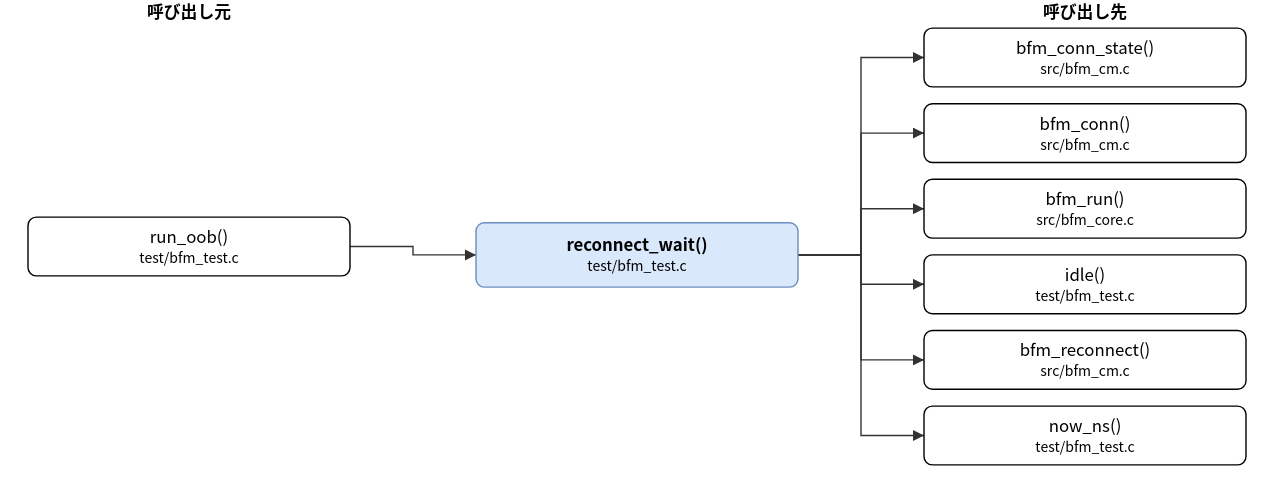
The draw.io diagram doc/spec/images/call_test_bfm_test-reconnect_wait.drawio.svg in hf355051012-ai/bfmem, before a commit. Source tidied: cells renumbered, new cells last; positions are measured from the earlier drawing's top-left corner, leaving out a move shared by most shapes. Source of this version:
```xml
<mxGraphModel>
  <root>
    <mxCell id="0" />
    <mxCell id="1" parent="0" />
    <mxCell id="2" value="reconnect_wait()&lt;br&gt;&lt;font style=&quot;font-size:10px&quot;&gt;test/bfm_test.c&lt;/font&gt;" style="rounded=1;whiteSpace=wrap;html=1;fillColor=#dae8fc;strokeColor=#6c8ebf;fontStyle=1;" parent="1" vertex="1">
      <mxGeometry x="320" y="159" width="230" height="46" as="geometry" />
    </mxCell>
    <mxCell id="3" value="run_oob()&lt;br&gt;&lt;font style=&quot;font-size:10px&quot;&gt;test/bfm_test.c&lt;/font&gt;" style="rounded=1;whiteSpace=wrap;html=1;" parent="1" vertex="1">
      <mxGeometry y="155" width="230" height="42" as="geometry" />
    </mxCell>
    <mxCell id="4" value="bfm_conn_state()&lt;br&gt;&lt;font style=&quot;font-size:10px&quot;&gt;src/bfm_cm.c&lt;/font&gt;" style="rounded=1;whiteSpace=wrap;html=1;" parent="1" vertex="1">
      <mxGeometry x="640" y="20" width="230" height="42" as="geometry" />
    </mxCell>
    <mxCell id="5" value="bfm_conn()&lt;br&gt;&lt;font style=&quot;font-size:10px&quot;&gt;src/bfm_cm.c&lt;/font&gt;" style="rounded=1;whiteSpace=wrap;html=1;" parent="1" vertex="1">
      <mxGeometry x="640" y="74" width="230" height="42" as="geometry" />
    </mxCell>
    <mxCell id="6" value="bfm_run()&lt;br&gt;&lt;font style=&quot;font-size:10px&quot;&gt;src/bfm_core.c&lt;/font&gt;" style="rounded=1;whiteSpace=wrap;html=1;" parent="1" vertex="1">
      <mxGeometry x="640" y="128" width="230" height="42" as="geometry" />
    </mxCell>
    <mxCell id="7" value="idle()&lt;br&gt;&lt;font style=&quot;font-size:10px&quot;&gt;test/bfm_test.c&lt;/font&gt;" style="rounded=1;whiteSpace=wrap;html=1;" parent="1" vertex="1">
      <mxGeometry x="640" y="182" width="230" height="42" as="geometry" />
    </mxCell>
    <mxCell id="8" value="bfm_reconnect()&lt;br&gt;&lt;font style=&quot;font-size:10px&quot;&gt;src/bfm_cm.c&lt;/font&gt;" style="rounded=1;whiteSpace=wrap;html=1;" parent="1" vertex="1">
      <mxGeometry x="640" y="236" width="230" height="42" as="geometry" />
    </mxCell>
    <mxCell id="9" value="now_ns()&lt;br&gt;&lt;font style=&quot;font-size:10px&quot;&gt;test/bfm_test.c&lt;/font&gt;" style="rounded=1;whiteSpace=wrap;html=1;" parent="1" vertex="1">
      <mxGeometry x="640" y="290" width="230" height="42" as="geometry" />
    </mxCell>
    <mxCell id="10" style="edgeStyle=none;html=1;rounded=0;endArrow=block;endFill=1;exitX=1.0000;exitY=0.5000;exitDx=0;exitDy=0;exitPerimeter=0;entryX=0.0000;entryY=0.5000;entryDx=0;entryDy=0;entryPerimeter=0;" parent="1" edge="1" source="3" target="2">
      <mxGeometry relative="1" as="geometry">
        <Array as="points">
          <mxPoint x="275" y="176" />
          <mxPoint x="275" y="182" />
        </Array>
      </mxGeometry>
    </mxCell>
    <mxCell id="11" style="edgeStyle=none;html=1;rounded=0;endArrow=block;endFill=1;exitX=1.0000;exitY=0.5000;exitDx=0;exitDy=0;exitPerimeter=0;entryX=0.0000;entryY=0.5000;entryDx=0;entryDy=0;entryPerimeter=0;" parent="1" edge="1" source="2" target="4">
      <mxGeometry relative="1" as="geometry">
        <Array as="points">
          <mxPoint x="595" y="182" />
          <mxPoint x="595" y="41" />
        </Array>
      </mxGeometry>
    </mxCell>
    <mxCell id="12" style="edgeStyle=none;html=1;rounded=0;endArrow=block;endFill=1;exitX=1.0000;exitY=0.5000;exitDx=0;exitDy=0;exitPerimeter=0;entryX=0.0000;entryY=0.5000;entryDx=0;entryDy=0;entryPerimeter=0;" parent="1" edge="1" source="2" target="5">
      <mxGeometry relative="1" as="geometry">
        <Array as="points">
          <mxPoint x="595" y="182" />
          <mxPoint x="595" y="95" />
        </Array>
      </mxGeometry>
    </mxCell>
    <mxCell id="13" style="edgeStyle=none;html=1;rounded=0;endArrow=block;endFill=1;exitX=1.0000;exitY=0.5000;exitDx=0;exitDy=0;exitPerimeter=0;entryX=0.0000;entryY=0.5000;entryDx=0;entryDy=0;entryPerimeter=0;" parent="1" edge="1" source="2" target="6">
      <mxGeometry relative="1" as="geometry">
        <Array as="points">
          <mxPoint x="595" y="182" />
          <mxPoint x="595" y="149" />
        </Array>
      </mxGeometry>
    </mxCell>
    <mxCell id="14" style="edgeStyle=none;html=1;rounded=0;endArrow=block;endFill=1;exitX=1.0000;exitY=0.5000;exitDx=0;exitDy=0;exitPerimeter=0;entryX=0.0000;entryY=0.5000;entryDx=0;entryDy=0;entryPerimeter=0;" parent="1" edge="1" source="2" target="7">
      <mxGeometry relative="1" as="geometry">
        <Array as="points">
          <mxPoint x="595" y="182" />
          <mxPoint x="595" y="203" />
        </Array>
      </mxGeometry>
    </mxCell>
    <mxCell id="15" style="edgeStyle=none;html=1;rounded=0;endArrow=block;endFill=1;exitX=1.0000;exitY=0.5000;exitDx=0;exitDy=0;exitPerimeter=0;entryX=0.0000;entryY=0.5000;entryDx=0;entryDy=0;entryPerimeter=0;" parent="1" edge="1" source="2" target="8">
      <mxGeometry relative="1" as="geometry">
        <Array as="points">
          <mxPoint x="595" y="182" />
          <mxPoint x="595" y="257" />
        </Array>
      </mxGeometry>
    </mxCell>
    <mxCell id="16" style="edgeStyle=none;html=1;rounded=0;endArrow=block;endFill=1;exitX=1.0000;exitY=0.5000;exitDx=0;exitDy=0;exitPerimeter=0;entryX=0.0000;entryY=0.5000;entryDx=0;entryDy=0;entryPerimeter=0;" parent="1" edge="1" source="2" target="9">
      <mxGeometry relative="1" as="geometry">
        <Array as="points">
          <mxPoint x="595" y="182" />
          <mxPoint x="595" y="311" />
        </Array>
      </mxGeometry>
    </mxCell>
    <mxCell id="17" value="呼び出し元" style="text;html=1;align=center;fontStyle=1;" parent="1" vertex="1">
      <mxGeometry x="35" width="160" height="18" as="geometry" />
    </mxCell>
    <mxCell id="18" value="呼び出し先" style="text;html=1;align=center;fontStyle=1;" parent="1" vertex="1">
      <mxGeometry x="675" width="160" height="18" as="geometry" />
    </mxCell>
  </root>
</mxGraphModel>
```
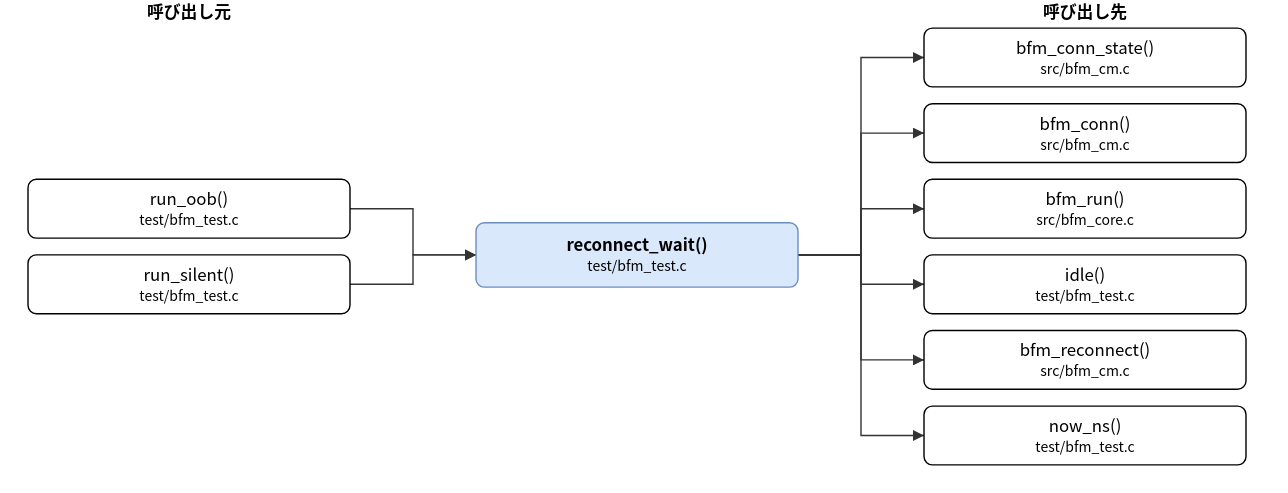
Above is the later version.

Diff of the diagram source:
```diff
@@ -6,8 +6,11 @@
       <mxGeometry x="320" y="159" width="230" height="46" as="geometry" />
     </mxCell>
     <mxCell id="3" value="run_oob()&lt;br&gt;&lt;font style=&quot;font-size:10px&quot;&gt;test/bfm_test.c&lt;/font&gt;" style="rounded=1;whiteSpace=wrap;html=1;" parent="1" vertex="1">
-      <mxGeometry y="155" width="230" height="42" as="geometry" />
+      <mxGeometry y="128" width="230" height="42" as="geometry" />
     </mxCell>
+    <mxCell id="19" value="run_silent()&lt;br&gt;&lt;font style=&quot;font-size:10px&quot;&gt;test/bfm_test.c&lt;/font&gt;" style="rounded=1;whiteSpace=wrap;html=1;" parent="1" vertex="1">
+      <mxGeometry y="182" width="230" height="42" as="geometry" />
+    </mxCell>
     <mxCell id="4" value="bfm_conn_state()&lt;br&gt;&lt;font style=&quot;font-size:10px&quot;&gt;src/bfm_cm.c&lt;/font&gt;" style="rounded=1;whiteSpace=wrap;html=1;" parent="1" vertex="1">
       <mxGeometry x="640" y="20" width="230" height="42" as="geometry" />
     </mxCell>
@@ -29,59 +32,67 @@
     <mxCell id="10" style="edgeStyle=none;html=1;rounded=0;endArrow=block;endFill=1;exitX=1.0000;exitY=0.5000;exitDx=0;exitDy=0;exitPerimeter=0;entryX=0.0000;entryY=0.5000;entryDx=0;entryDy=0;entryPerimeter=0;" parent="1" edge="1" source="3" target="2">
       <mxGeometry relative="1" as="geometry">
         <Array as="points">
-          <mxPoint x="275" y="176" />
+          <mxPoint x="275" y="149" />
           <mxPoint x="275" y="182" />
         </Array>
       </mxGeometry>
     </mxCell>
-    <mxCell id="11" style="edgeStyle=none;html=1;rounded=0;endArrow=block;endFill=1;exitX=1.0000;exitY=0.5000;exitDx=0;exitDy=0;exitPerimeter=0;entryX=0.0000;entryY=0.5000;entryDx=0;entryDy=0;entryPerimeter=0;" parent="1" edge="1" source="2" target="4">
+    <mxCell id="11" style="edgeStyle=none;html=1;rounded=0;endArrow=block;endFill=1;exitX=1.0000;exitY=0.5000;exitDx=0;exitDy=0;exitPerimeter=0;entryX=0.0000;entryY=0.5000;entryDx=0;entryDy=0;entryPerimeter=0;" parent="1" edge="1" source="19" target="2">
       <mxGeometry relative="1" as="geometry">
         <Array as="points">
-          <mxPoint x="595" y="182" />
-          <mxPoint x="595" y="41" />
+          <mxPoint x="275" y="203" />
+          <mxPoint x="275" y="182" />
         </Array>
       </mxGeometry>
     </mxCell>
-    <mxCell id="12" style="edgeStyle=none;html=1;rounded=0;endArrow=block;endFill=1;exitX=1.0000;exitY=0.5000;exitDx=0;exitDy=0;exitPerimeter=0;entryX=0.0000;entryY=0.5000;entryDx=0;entryDy=0;entryPerimeter=0;" parent="1" edge="1" source="2" target="5">
+    <mxCell id="12" style="edgeStyle=none;html=1;rounded=0;endArrow=block;endFill=1;exitX=1.0000;exitY=0.5000;exitDx=0;exitDy=0;exitPerimeter=0;entryX=0.0000;entryY=0.5000;entryDx=0;entryDy=0;entryPerimeter=0;" parent="1" edge="1" source="2" target="4">
       <mxGeometry relative="1" as="geometry">
         <Array as="points">
           <mxPoint x="595" y="182" />
-          <mxPoint x="595" y="95" />
+          <mxPoint x="595" y="41" />
         </Array>
       </mxGeometry>
     </mxCell>
-    <mxCell id="13" style="edgeStyle=none;html=1;rounded=0;endArrow=block;endFill=1;exitX=1.0000;exitY=0.5000;exitDx=0;exitDy=0;exitPerimeter=0;entryX=0.0000;entryY=0.5000;entryDx=0;entryDy=0;entryPerimeter=0;" parent="1" edge="1" source="2" target="6">
+    <mxCell id="13" style="edgeStyle=none;html=1;rounded=0;endArrow=block;endFill=1;exitX=1.0000;exitY=0.5000;exitDx=0;exitDy=0;exitPerimeter=0;entryX=0.0000;entryY=0.5000;entryDx=0;entryDy=0;entryPerimeter=0;" parent="1" edge="1" source="2" target="5">
       <mxGeometry relative="1" as="geometry">
         <Array as="points">
           <mxPoint x="595" y="182" />
-          <mxPoint x="595" y="149" />
+          <mxPoint x="595" y="95" />
         </Array>
       </mxGeometry>
     </mxCell>
-    <mxCell id="14" style="edgeStyle=none;html=1;rounded=0;endArrow=block;endFill=1;exitX=1.0000;exitY=0.5000;exitDx=0;exitDy=0;exitPerimeter=0;entryX=0.0000;entryY=0.5000;entryDx=0;entryDy=0;entryPerimeter=0;" parent="1" edge="1" source="2" target="7">
+    <mxCell id="14" style="edgeStyle=none;html=1;rounded=0;endArrow=block;endFill=1;exitX=1.0000;exitY=0.5000;exitDx=0;exitDy=0;exitPerimeter=0;entryX=0.0000;entryY=0.5000;entryDx=0;entryDy=0;entryPerimeter=0;" parent="1" edge="1" source="2" target="6">
       <mxGeometry relative="1" as="geometry">
         <Array as="points">
           <mxPoint x="595" y="182" />
-          <mxPoint x="595" y="203" />
+          <mxPoint x="595" y="149" />
         </Array>
       </mxGeometry>
     </mxCell>
-    <mxCell id="15" style="edgeStyle=none;html=1;rounded=0;endArrow=block;endFill=1;exitX=1.0000;exitY=0.5000;exitDx=0;exitDy=0;exitPerimeter=0;entryX=0.0000;entryY=0.5000;entryDx=0;entryDy=0;entryPerimeter=0;" parent="1" edge="1" source="2" target="8">
+    <mxCell id="15" style="edgeStyle=none;html=1;rounded=0;endArrow=block;endFill=1;exitX=1.0000;exitY=0.5000;exitDx=0;exitDy=0;exitPerimeter=0;entryX=0.0000;entryY=0.5000;entryDx=0;entryDy=0;entryPerimeter=0;" parent="1" edge="1" source="2" target="7">
       <mxGeometry relative="1" as="geometry">
         <Array as="points">
           <mxPoint x="595" y="182" />
-          <mxPoint x="595" y="257" />
+          <mxPoint x="595" y="203" />
         </Array>
       </mxGeometry>
     </mxCell>
-    <mxCell id="16" style="edgeStyle=none;html=1;rounded=0;endArrow=block;endFill=1;exitX=1.0000;exitY=0.5000;exitDx=0;exitDy=0;exitPerimeter=0;entryX=0.0000;entryY=0.5000;entryDx=0;entryDy=0;entryPerimeter=0;" parent="1" edge="1" source="2" target="9">
+    <mxCell id="16" style="edgeStyle=none;html=1;rounded=0;endArrow=block;endFill=1;exitX=1.0000;exitY=0.5000;exitDx=0;exitDy=0;exitPerimeter=0;entryX=0.0000;entryY=0.5000;entryDx=0;entryDy=0;entryPerimeter=0;" parent="1" edge="1" source="2" target="8">
       <mxGeometry relative="1" as="geometry">
         <Array as="points">
           <mxPoint x="595" y="182" />
-          <mxPoint x="595" y="311" />
+          <mxPoint x="595" y="257" />
         </Array>
       </mxGeometry>
     </mxCell>
+    <mxCell id="20" style="edgeStyle=none;html=1;rounded=0;endArrow=block;endFill=1;exitX=1.0000;exitY=0.5000;exitDx=0;exitDy=0;exitPerimeter=0;entryX=0.0000;entryY=0.5000;entryDx=0;entryDy=0;entryPerimeter=0;" parent="1" edge="1" source="2" target="9">
+      <mxGeometry relative="1" as="geometry">
+        <Array as="points">
+          <mxPoint x="595" y="182" />
+          <mxPoint x="595" y="311" />
+        </Array>
+      </mxGeometry>
+    </mxCell>
     <mxCell id="17" value="呼び出し元" style="text;html=1;align=center;fontStyle=1;" parent="1" vertex="1">
       <mxGeometry x="35" width="160" height="18" as="geometry" />
     </mxCell>
```
